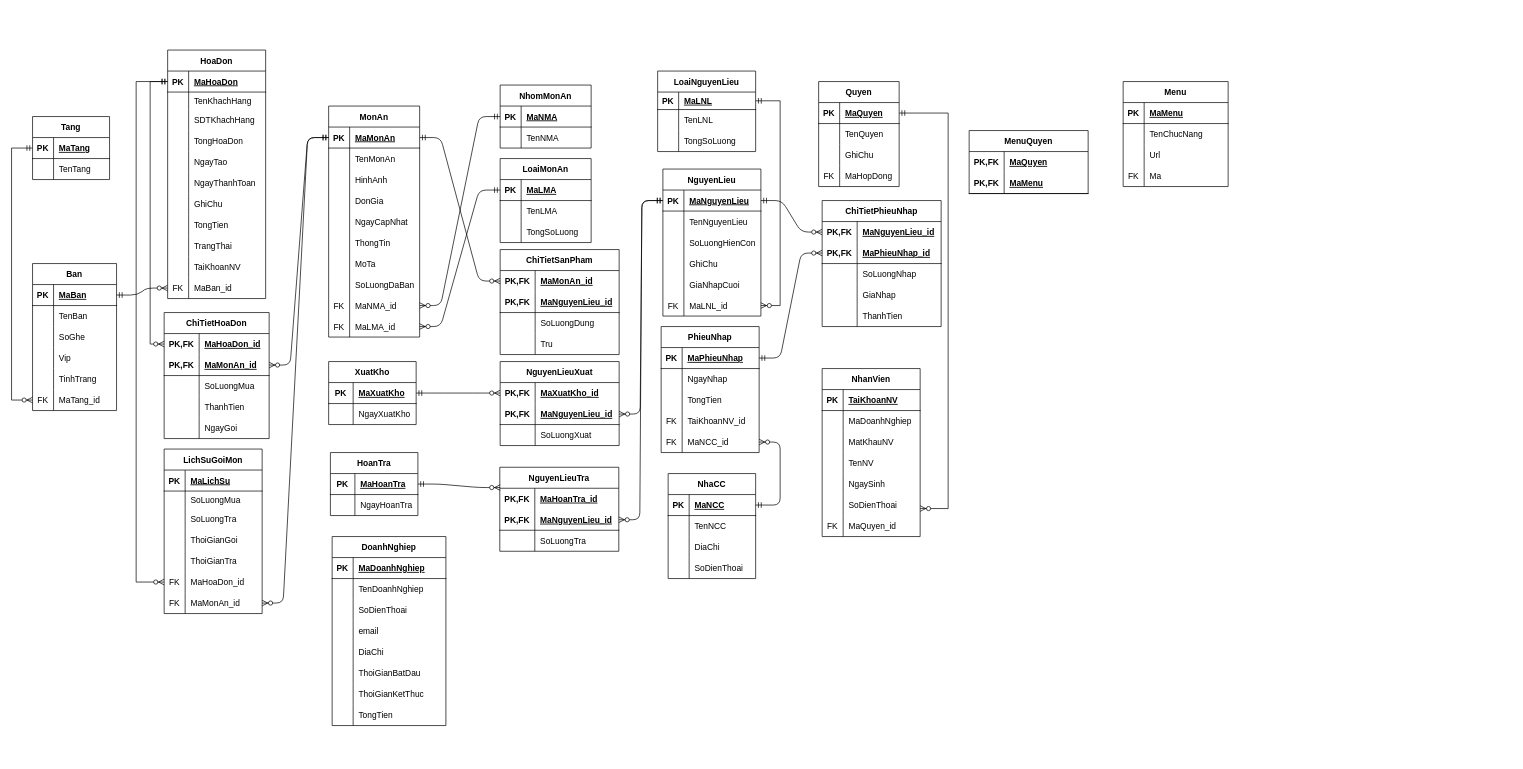
Earlier version of the draw.io diagram page "Page-2" (2 of 2) of ERD.drawio (phanvandinh99/QuanLyQuanAn). Source tidied: cells renumbered, new cells numbered last; positions are measured from the earlier drawing's top-left corner, leaving out a move shared by most shapes. Both pictures are drawn from the tidied source at 70%, with x=0, y=0 at pixel (11, 50).
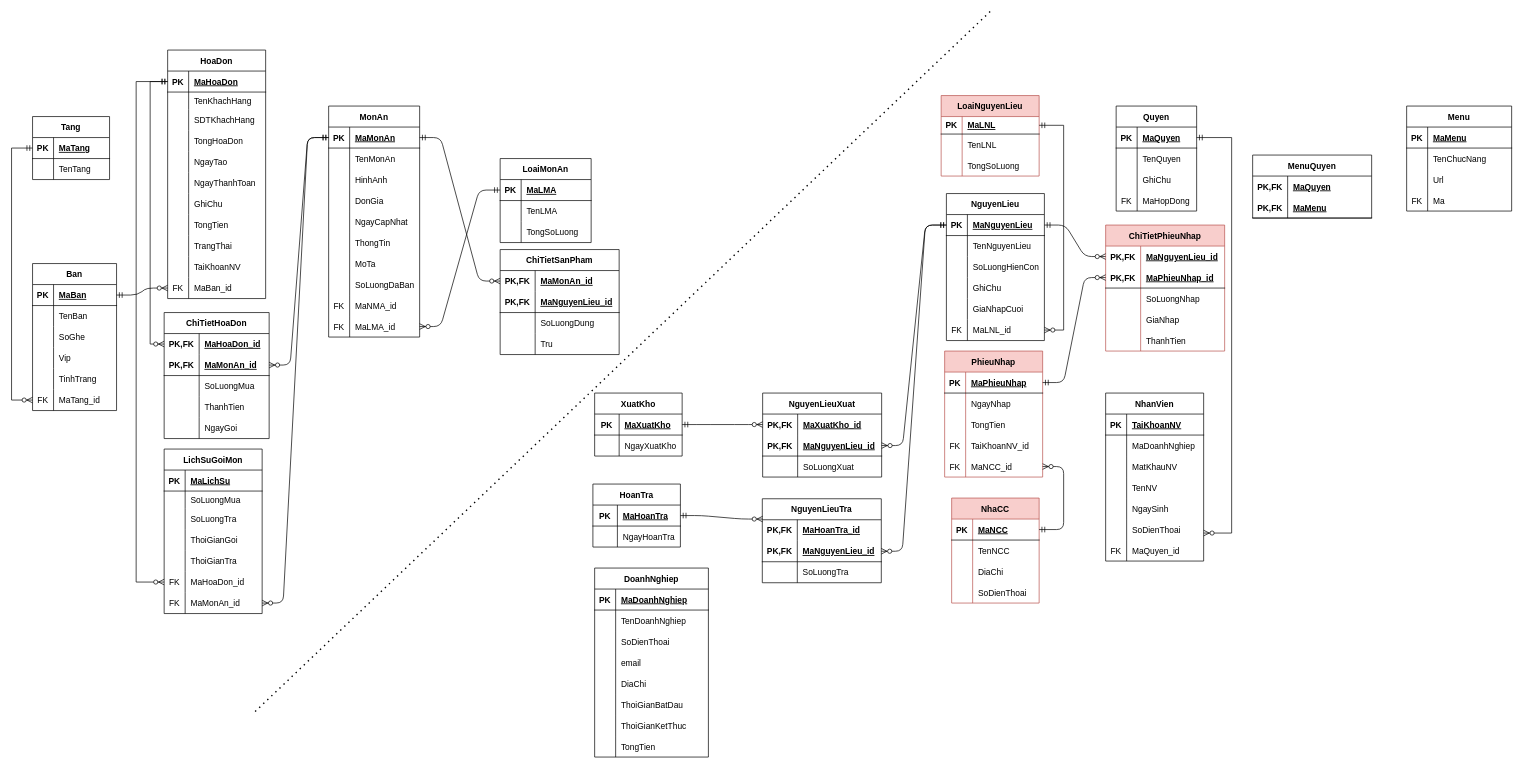
Above is the later version.

The change refers to these unchanged cells:
```xml
<mxCell id="27" style="shape=partialRectangle;fillColor=none;top=0;left=0;bottom=0;right=0;points=[[0,0.5],[1,0.5]];portConstraint=eastwest;" parent="2" vertex="1">
  <mxGeometry y="270" width="130" height="30" as="geometry" />
</mxCell>
<mxCell id="142" style="shape=partialRectangle;fillColor=none;top=0;left=0;bottom=1;right=0;points=[[0,0.5],[1,0.5]];portConstraint=eastwest;" parent="141" vertex="1">
  <mxGeometry y="30" width="115" height="30" as="geometry" />
</mxCell>
<mxCell id="170" style="shape=partialRectangle;fillColor=none;top=0;left=0;bottom=0;right=0;points=[[0,0.5],[1,0.5]];portConstraint=eastwest;" parent="154" vertex="1">
  <mxGeometry y="180" width="140" height="30" as="geometry" />
</mxCell>
<mxCell id="174" style="shape=partialRectangle;fillColor=none;top=0;left=0;bottom=1;right=0;points=[[0,0.5],[1,0.5]];portConstraint=eastwest;" parent="173" vertex="1">
  <mxGeometry y="30" width="140" height="25" as="geometry" />
</mxCell>
<mxCell id="289" style="shape=partialRectangle;fillColor=none;top=0;left=0;bottom=1;right=0;points=[[0,0.5],[1,0.5]];portConstraint=eastwest;" parent="288" vertex="1">
  <mxGeometry y="30" width="125" height="30" as="geometry" />
</mxCell>
```

The edit, as a diff of the source:
```diff
@@
-    <mxCell id="43" value="NhomMonAn" style="shape=table;startSize=30;childLayout=tableLayout;rowLines=0;fontStyle=1;align=center;" parent="1" vertex="1">
-      <mxGeometry x="698" y="50" width="130" height="90" as="geometry" />
-    </mxCell>
-    <mxCell id="44" style="shape=partialRectangle;fillColor=none;top=0;left=0;bottom=1;right=0;points=[[0,0.5],[1,0.5]];portConstraint=eastwest;" parent="43" vertex="1">
-      <mxGeometry y="30" width="130" height="30" as="geometry" />
-    </mxCell>
-    <mxCell id="45" value="PK" style="shape=partialRectangle;fillColor=none;top=0;left=0;bottom=0;right=0;fontStyle=1;overflow=hidden;" parent="44" vertex="1">
-      <mxGeometry width="30" height="30" as="geometry" />
-    </mxCell>
-    <mxCell id="46" value="MaNMA" style="shape=partialRectangle;fillColor=none;top=0;left=0;bottom=0;right=0;align=left;spacingLeft=6;fontStyle=5;overflow=hidden;" parent="44" vertex="1">
-      <mxGeometry x="30" width="100" height="30" as="geometry" />
-    </mxCell>
-    <mxCell id="47" style="shape=partialRectangle;fillColor=none;top=0;left=0;bottom=0;right=0;" parent="43" vertex="1">
-      <mxGeometry y="60" width="130" height="30" as="geometry" />
-    </mxCell>
-    <mxCell id="48" style="shape=partialRectangle;fillColor=none;top=0;left=0;bottom=0;right=0;overflow=hidden;" parent="47" vertex="1">
-      <mxGeometry width="30" height="30" as="geometry" />
-    </mxCell>
-    <mxCell id="49" value="TenNMA" style="shape=partialRectangle;fillColor=none;top=0;left=0;bottom=0;right=0;align=left;spacingLeft=6;overflow=hidden;" parent="47" vertex="1">
-      <mxGeometry x="30" width="100" height="30" as="geometry" />
-    </mxCell>
@@
     <mxCell id="119" value="NhanVien" style="shape=table;startSize=30;childLayout=tableLayout;rowLines=0;fontStyle=1;align=center;fillColor=none;" parent="1" vertex="1">
-      <mxGeometry x="1158" y="455" width="140" height="240" as="geometry" />
+      <mxGeometry x="1563" y="490" width="140" height="240" as="geometry" />
     </mxCell>
@@
     <mxCell id="141" value="Quyen" style="shape=table;startSize=30;childLayout=tableLayout;rowLines=0;fontStyle=1;align=center;" parent="1" vertex="1">
-      <mxGeometry x="1153" y="45" width="115" height="150" as="geometry" />
+      <mxGeometry x="1578" y="80" width="115" height="150" as="geometry" />
     </mxCell>
@@
     <mxCell id="154" value="NguyenLieu" style="shape=table;startSize=30;childLayout=tableLayout;rowLines=0;fontStyle=1;align=center;fillColor=none;" parent="1" vertex="1">
-      <mxGeometry x="930.5" y="170" width="140" height="210" as="geometry" />
+      <mxGeometry x="1335.5" y="205" width="140" height="210" as="geometry" />
     </mxCell>
@@
-    <mxCell id="173" value="LoaiNguyenLieu" style="shape=table;startSize=30;childLayout=tableLayout;rowLines=0;fontStyle=1;align=center;gradientColor=#ffffff;fillColor=none;" parent="1" vertex="1">
-      <mxGeometry x="923" y="30" width="140" height="115" as="geometry" />
+    <mxCell id="173" value="LoaiNguyenLieu" style="shape=table;startSize=30;childLayout=tableLayout;rowLines=0;fontStyle=1;align=center;fillColor=#f8cecc;strokeColor=#b85450;" parent="1" vertex="1">
+      <mxGeometry x="1328" y="65" width="140" height="115" as="geometry" />
     </mxCell>
@@
-    <mxCell id="183" value="NhaCC" style="shape=table;startSize=30;childLayout=tableLayout;rowLines=0;fontStyle=1;align=center;fillColor=none;" parent="1" vertex="1">
-      <mxGeometry x="938" y="605" width="125" height="150" as="geometry" />
+    <mxCell id="183" value="NhaCC" style="shape=table;startSize=30;childLayout=tableLayout;rowLines=0;fontStyle=1;align=center;fillColor=#f8cecc;strokeColor=#b85450;" parent="1" vertex="1">
+      <mxGeometry x="1343" y="640" width="125" height="150" as="geometry" />
     </mxCell>
@@
-    <mxCell id="196" value="PhieuNhap" style="shape=table;startSize=30;childLayout=tableLayout;rowLines=0;fontStyle=1;align=center;fillColor=none;" parent="1" vertex="1">
-      <mxGeometry x="928" y="395" width="140" height="180" as="geometry" />
+    <mxCell id="196" value="PhieuNhap" style="shape=table;startSize=30;childLayout=tableLayout;rowLines=0;fontStyle=1;align=center;fillColor=#f8cecc;strokeColor=#b85450;" parent="1" vertex="1">
+      <mxGeometry x="1333" y="430" width="140" height="180" as="geometry" />
     </mxCell>
@@
-    <mxCell id="212" value="ChiTietPhieuNhap" style="shape=table;startSize=30;childLayout=tableLayout;rowLines=0;fontStyle=1;align=center;fillColor=none;" parent="1" vertex="1">
-      <mxGeometry x="1158" y="215" width="170" height="180" as="geometry" />
+    <mxCell id="212" value="ChiTietPhieuNhap" style="shape=table;startSize=30;childLayout=tableLayout;rowLines=0;fontStyle=1;align=center;fillColor=#f8cecc;strokeColor=#b85450;" parent="1" vertex="1">
+      <mxGeometry x="1563" y="250" width="170" height="180" as="geometry" />
     </mxCell>
@@
-    <mxCell id="229" style="edgeStyle=entityRelationEdgeStyle;fontSize=12;html=1;endArrow=ERzeroToMany;startArrow=ERmandOne;exitX=0;exitY=0.5;exitDx=0;exitDy=0;entryX=1;entryY=0.5;entryDx=0;entryDy=0;" parent="1" edge="1" source="44" target="27">
-      <mxGeometry relative="1" as="geometry" />
-    </mxCell>
@@
     <mxCell id="232" style="edgeStyle=orthogonalEdgeStyle;rounded=0;jettySize=auto;html=1;startArrow=ERmandOne;startFill=0;endArrow=ERzeroToMany;endFill=1;fontColor=#000000;entryX=1;entryY=0.5;entryDx=0;entryDy=0;" parent="1" edge="1" source="174" target="170">
       <mxGeometry relative="1" as="geometry">
         <Array as="points">
-          <mxPoint x="1098" y="73" />
-          <mxPoint x="1098" y="365" />
+          <mxPoint x="1503" y="108" />
+          <mxPoint x="1503" y="400" />
         </Array>
       </mxGeometry>
     </mxCell>
@@
     <mxCell id="235" style="edgeStyle=orthogonalEdgeStyle;rounded=0;jettySize=auto;html=1;startArrow=ERmandOne;startFill=0;endArrow=ERzeroToMany;endFill=1;fontColor=#000000;" parent="1" edge="1" source="142">
       <mxGeometry relative="1" as="geometry">
-        <mxPoint x="1298" y="655" as="targetPoint" />
+        <mxPoint x="1703" y="690" as="targetPoint" />
         <Array as="points">
-          <mxPoint x="1338" y="90" />
-          <mxPoint x="1338" y="655" />
+          <mxPoint x="1743" y="125" />
+          <mxPoint x="1743" y="690" />
         </Array>
       </mxGeometry>
     </mxCell>
@@
     <mxCell id="247" value="XuatKho" style="shape=table;startSize=30;childLayout=tableLayout;rowLines=0;fontStyle=1;align=center;fillColor=none;" parent="1" vertex="1">
-      <mxGeometry x="453" y="445" width="125" height="90" as="geometry" />
+      <mxGeometry x="833" y="490" width="125" height="90" as="geometry" />
     </mxCell>
@@
     <mxCell id="278" value="NguyenLieuXuat" style="shape=table;startSize=30;childLayout=tableLayout;rowLines=0;fontStyle=1;align=center;fillColor=none;" parent="1" vertex="1">
-      <mxGeometry x="698" y="445" width="170" height="120" as="geometry" />
+      <mxGeometry x="1073" y="490" width="170" height="120" as="geometry" />
     </mxCell>
@@
     <mxCell id="288" value="HoanTra" style="shape=table;startSize=30;childLayout=tableLayout;rowLines=0;fontStyle=1;align=center;fillColor=none;" parent="1" vertex="1">
-      <mxGeometry x="455.5" y="575" width="125" height="90" as="geometry" />
+      <mxGeometry x="830.5" y="620" width="125" height="90" as="geometry" />
     </mxCell>
@@
     <mxCell id="298" style="edgeStyle=entityRelationEdgeStyle;fontSize=12;html=1;endArrow=ERzeroToMany;startArrow=ERmandOne;exitX=1;exitY=0.5;exitDx=0;exitDy=0;entryX=0;entryY=0.5;entryDx=0;entryDy=0;" parent="1" edge="1" source="289">
       <mxGeometry relative="1" as="geometry">
-        <mxPoint x="698" y="625" as="targetPoint" />
+        <mxPoint x="1073" y="670" as="targetPoint" />
       </mxGeometry>
     </mxCell>
     <mxCell id="299" value="NguyenLieuTra" style="shape=table;startSize=30;childLayout=tableLayout;rowLines=0;fontStyle=1;align=center;fillColor=none;" parent="1" vertex="1">
-      <mxGeometry x="697.5" y="596" width="170" height="120" as="geometry" />
+      <mxGeometry x="1072.5" y="641" width="170" height="120" as="geometry" />
     </mxCell>
@@
     <mxCell id="322" value="DoanhNghiep" style="shape=table;startSize=30;childLayout=tableLayout;rowLines=0;fontStyle=1;align=center;fillColor=none;" parent="1" vertex="1">
-      <mxGeometry x="458" y="695" width="162.5" height="270" as="geometry" />
+      <mxGeometry x="833" y="740" width="162.5" height="270" as="geometry" />
     </mxCell>
@@
     <mxCell id="347" value="Menu" style="shape=table;startSize=30;childLayout=tableLayout;rowLines=0;fontStyle=1;align=center;" parent="1" vertex="1">
-      <mxGeometry x="1588" y="45" width="150" height="150" as="geometry" />
+      <mxGeometry x="1993" y="80" width="150" height="150" as="geometry" />
     </mxCell>
@@
     <mxCell id="360" value="MenuQuyen" style="shape=table;startSize=30;childLayout=tableLayout;rowLines=0;fontStyle=1;align=center;fillColor=none;" parent="1" vertex="1">
-      <mxGeometry x="1368" y="115" width="170" height="90" as="geometry" />
+      <mxGeometry x="1773" y="150" width="170" height="90" as="geometry" />
     </mxCell>
@@
+    <mxCell id="367" style="endArrow=none;dashed=1;html=1;dashPattern=1 3;strokeWidth=2;rounded=0;" parent="1" edge="1">
+      <mxGeometry relative="1" as="geometry">
+        <mxPoint x="348" y="945" as="sourcePoint" />
+        <mxPoint x="1398" y="-55" as="targetPoint" />
+      </mxGeometry>
+    </mxCell>
```
